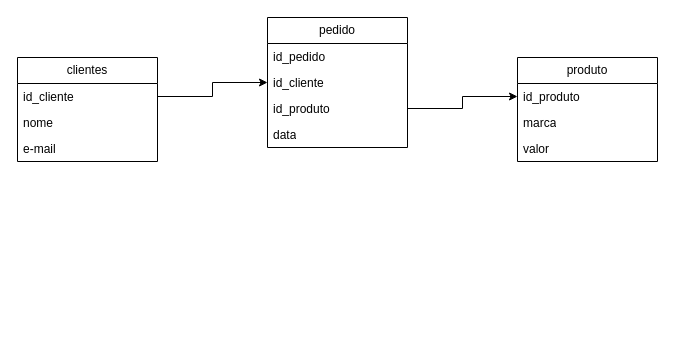
Above: uml.drawio in Vitoriinoo/3ds (draw.io), before the change. Source tidied: cells renumbered, new cells numbered last; positions are measured from the earlier drawing's top-left corner, leaving out a move shared by most shapes. Both pictures are drawn from the tidied source at 100%, with x=0, y=0 at pixel (17, 17).
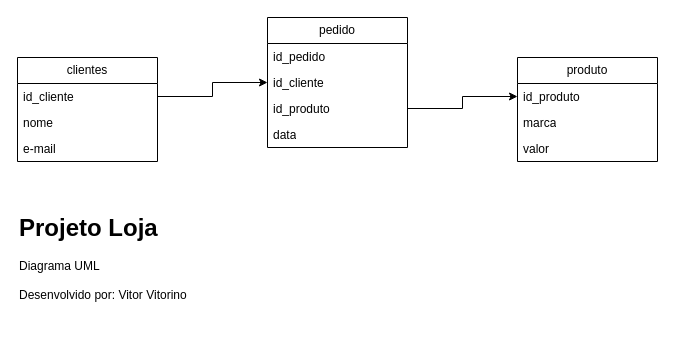
The same page after the edit.

Change to the diagram source:
```diff
@@
 <mxGraphModel>
   <root>
     <mxCell id="0" />
     <mxCell id="1" parent="0" />
     <mxCell id="2" value="clientes" style="swimlane;fontStyle=0;horizontal=1;startSize=26;fillColor=none;whiteSpace=wrap;html=1;" parent="1" vertex="1">
       <mxGeometry y="40" width="140" height="104" as="geometry" />
     </mxCell>
     <mxCell id="3" value="id_cliente" style="text;strokeColor=none;fillColor=none;align=left;verticalAlign=top;spacingLeft=4;spacingRight=4;overflow=hidden;points=[[0,0.5],[1,0.5]];portConstraint=eastwest;whiteSpace=wrap;html=1;" parent="2" vertex="1">
       <mxGeometry y="26" width="140" height="26" as="geometry" />
     </mxCell>
     <mxCell id="4" value="nome" style="text;strokeColor=none;fillColor=none;align=left;verticalAlign=top;spacingLeft=4;spacingRight=4;overflow=hidden;whiteSpace=wrap;html=1;" parent="2" vertex="1">
       <mxGeometry y="52" width="140" height="26" as="geometry" />
     </mxCell>
     <mxCell id="5" value="e-mail" style="text;strokeColor=none;fillColor=none;align=left;verticalAlign=top;spacingLeft=4;spacingRight=4;overflow=hidden;whiteSpace=wrap;html=1;" parent="2" vertex="1">
       <mxGeometry y="78" width="140" height="26" as="geometry" />
     </mxCell>
     <mxCell id="6" value="pedido" style="swimlane;fontStyle=0;horizontal=1;startSize=26;fillColor=none;whiteSpace=wrap;html=1;" parent="1" vertex="1">
       <mxGeometry x="250" width="140" height="130" as="geometry" />
     </mxCell>
     <mxCell id="7" value="id_pedido" style="text;strokeColor=none;fillColor=none;align=left;verticalAlign=top;spacingLeft=4;spacingRight=4;overflow=hidden;whiteSpace=wrap;html=1;" parent="6" vertex="1">
       <mxGeometry y="26" width="140" height="26" as="geometry" />
     </mxCell>
     <mxCell id="8" value="id_cliente" style="text;strokeColor=none;fillColor=none;align=left;verticalAlign=top;spacingLeft=4;spacingRight=4;overflow=hidden;points=[[0,0.5],[1,0.5]];portConstraint=eastwest;whiteSpace=wrap;html=1;" parent="6" vertex="1">
       <mxGeometry y="52" width="140" height="26" as="geometry" />
     </mxCell>
     <mxCell id="9" value="id_produto" style="text;strokeColor=none;fillColor=none;align=left;verticalAlign=top;spacingLeft=4;spacingRight=4;overflow=hidden;points=[[0,0.5],[1,0.5]];portConstraint=eastwest;whiteSpace=wrap;html=1;" parent="6" vertex="1">
       <mxGeometry y="78" width="140" height="26" as="geometry" />
     </mxCell>
     <mxCell id="10" value="data" style="text;strokeColor=none;fillColor=none;align=left;verticalAlign=top;spacingLeft=4;spacingRight=4;overflow=hidden;whiteSpace=wrap;html=1;" parent="6" vertex="1">
       <mxGeometry y="104" width="140" height="26" as="geometry" />
     </mxCell>
     <mxCell id="11" value="produto" style="swimlane;fontStyle=0;horizontal=1;startSize=26;fillColor=none;whiteSpace=wrap;html=1;" parent="1" vertex="1">
       <mxGeometry x="500" y="40" width="140" height="104" as="geometry" />
     </mxCell>
     <mxCell id="12" value="id_produto" style="text;strokeColor=none;fillColor=none;align=left;verticalAlign=top;spacingLeft=4;spacingRight=4;overflow=hidden;points=[[0,0.5],[1,0.5]];portConstraint=eastwest;whiteSpace=wrap;html=1;" parent="11" vertex="1">
       <mxGeometry y="26" width="140" height="26" as="geometry" />
     </mxCell>
     <mxCell id="13" value="marca" style="text;strokeColor=none;fillColor=none;align=left;verticalAlign=top;spacingLeft=4;spacingRight=4;overflow=hidden;whiteSpace=wrap;html=1;" parent="11" vertex="1">
       <mxGeometry y="52" width="140" height="26" as="geometry" />
     </mxCell>
     <mxCell id="14" value="valor" style="text;strokeColor=none;fillColor=none;align=left;verticalAlign=top;spacingLeft=4;spacingRight=4;overflow=hidden;whiteSpace=wrap;html=1;" parent="11" vertex="1">
       <mxGeometry y="78" width="140" height="26" as="geometry" />
     </mxCell>
     <mxCell id="15" style="edgeStyle=orthogonalEdgeStyle;rounded=0;jettySize=auto;html=1;entryX=0;entryY=0.5;entryDx=0;entryDy=0;" parent="1" edge="1" source="3" target="8">
       <mxGeometry relative="1" as="geometry" />
     </mxCell>
     <mxCell id="16" style="edgeStyle=orthogonalEdgeStyle;rounded=0;jettySize=auto;html=1;entryX=0;entryY=0.5;entryDx=0;entryDy=0;" parent="1" edge="1" source="9" target="12">
       <mxGeometry relative="1" as="geometry" />
     </mxCell>
+    <mxCell id="17" value="&lt;h1 style=&quot;margin-top: 0px;&quot;&gt;Projeto Loja&lt;/h1&gt;&lt;div&gt;Diagrama UML&amp;nbsp;&lt;/div&gt;&lt;div&gt;&lt;br&gt;&lt;/div&gt;&lt;div&gt;Desenvolvido por: Vitor Vitorino&lt;/div&gt;" style="text;html=1;whiteSpace=wrap;overflow=hidden;rounded=0;" parent="1" vertex="1">
+      <mxGeometry y="190" width="180" height="120" as="geometry" />
+    </mxCell>
   </root>
 </mxGraphModel>
```
